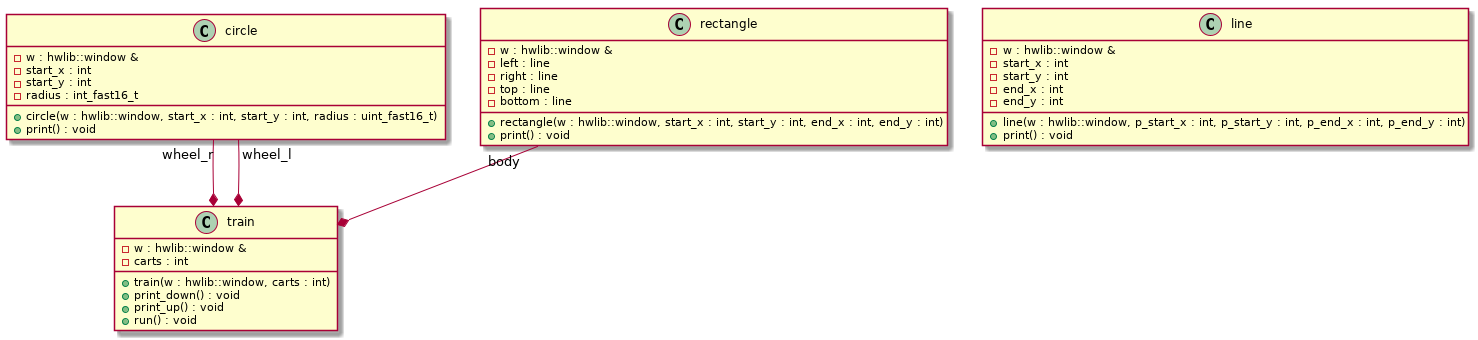
Above: week1/opgave6/train.png in SonicwaveNL/V1C_OOP (PlantUML), before the change.
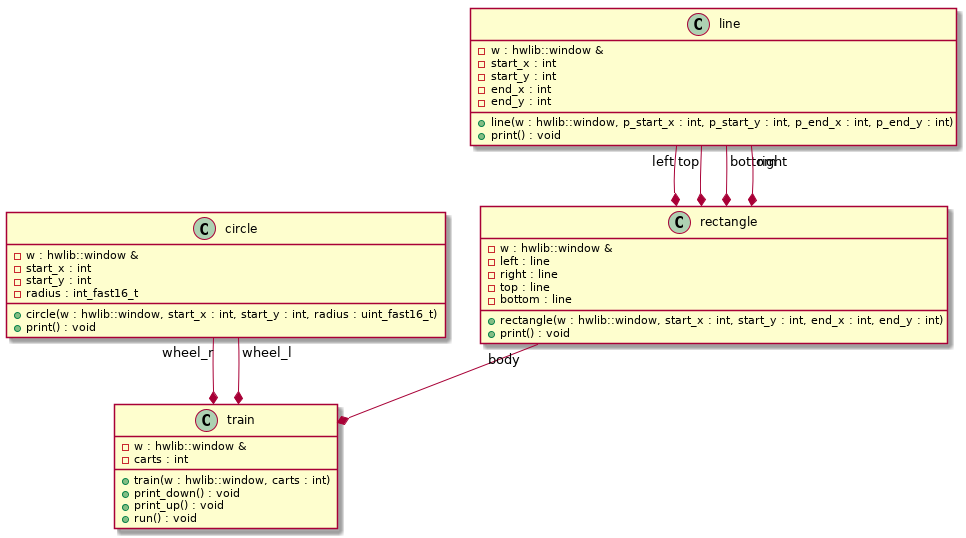
After the commit.

Change to the diagram source:
```diff
@@ -42,5 +42,9 @@
 rectangle "body"--* train
 circle "wheel_r"--* train
 circle "wheel_l"--* train
+line "left"--* rectangle
+line "top"--* rectangle
+line "bottom"--* rectangle
+line "right"--* rectangle
 
 @enduml
```
